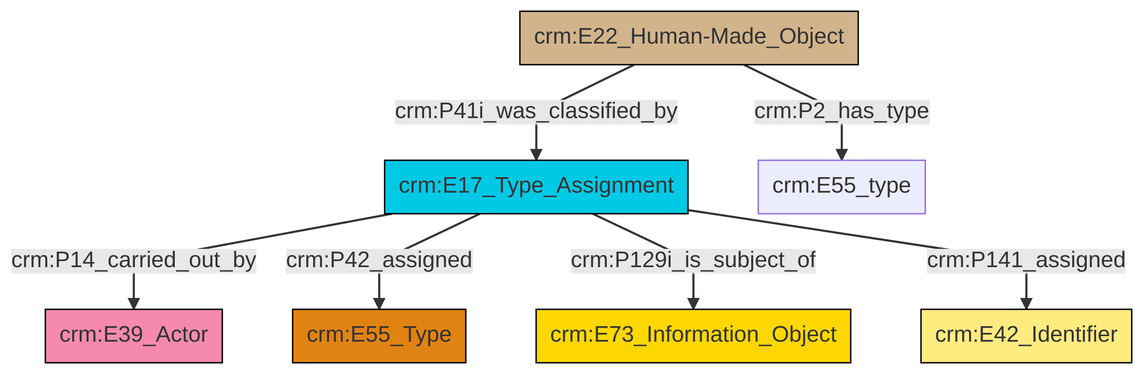
The Mermaid diagram et/builtWorkCSV/ttl/mmd/png/Built_Work_designation_status.png in swiss-art-research-net/reference-data-models, before a commit. Its source is kept beside it as et/builtWorkCSV/ttl/mmd/Built_Work_designation_status.ttl.mmd.
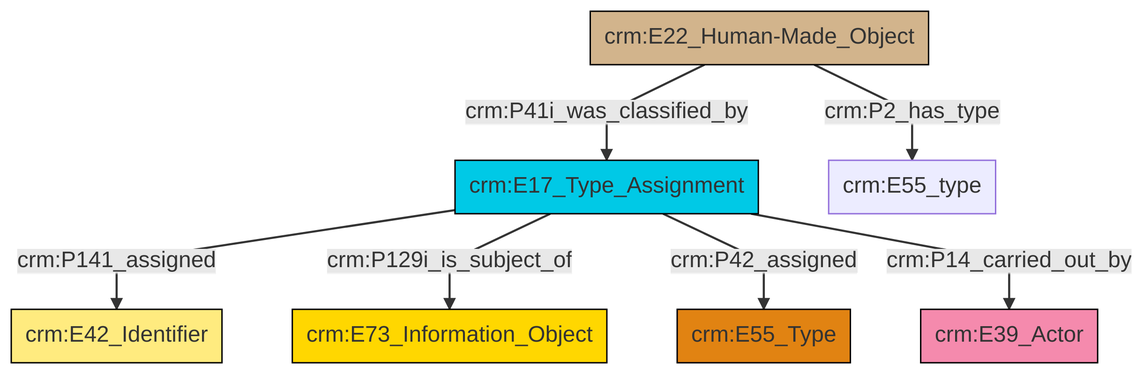
After the change.

The edit, as a diff of the source:
```diff
@@ -13,9 +13,9 @@
 classDef PC_Classes fill:#4ce600, stroke:#000000;
 classDef Multi fill:#cccccc,stroke:#000000;
 
-4["crm:E17_Type_Assignment"]:::Temporal_Entity -->|crm:P14_carried_out_by| 6["crm:E39_Actor"]:::Actor
-4["crm:E17_Type_Assignment"]:::Temporal_Entity -->|crm:P42_assigned| 0["crm:E55_Type"]:::Type
-4["crm:E17_Type_Assignment"]:::Temporal_Entity -->|crm:P129i_is_subject_of| 7["crm:E73_Information_Object"]:::Conceptual_Object
-2["crm:E22_Human-Made_Object"]:::Physical_Thing -->|crm:P41i_was_classified_by| 4["crm:E17_Type_Assignment"]:::Temporal_Entity
-4["crm:E17_Type_Assignment"]:::Temporal_Entity -->|crm:P141_assigned| 10["crm:E42_Identifier"]:::Appellation
-2["crm:E22_Human-Made_Object"]:::Physical_Thing -->|crm:P2_has_type| 11["crm:E55_type"]:::Default
+0["crm:E17_Type_Assignment"]:::Temporal_Entity -->|crm:P141_assigned| 2["crm:E42_Identifier"]:::Appellation
+0["crm:E17_Type_Assignment"]:::Temporal_Entity -->|crm:P129i_is_subject_of| 5["crm:E73_Information_Object"]:::Conceptual_Object
+0["crm:E17_Type_Assignment"]:::Temporal_Entity -->|crm:P42_assigned| 6["crm:E55_Type"]:::Type
+3["crm:E22_Human-Made_Object"]:::Physical_Thing -->|crm:P41i_was_classified_by| 0["crm:E17_Type_Assignment"]:::Temporal_Entity
+3["crm:E22_Human-Made_Object"]:::Physical_Thing -->|crm:P2_has_type| 8["crm:E55_type"]:::Default
+0["crm:E17_Type_Assignment"]:::Temporal_Entity -->|crm:P14_carried_out_by| 10["crm:E39_Actor"]:::Actor
```
